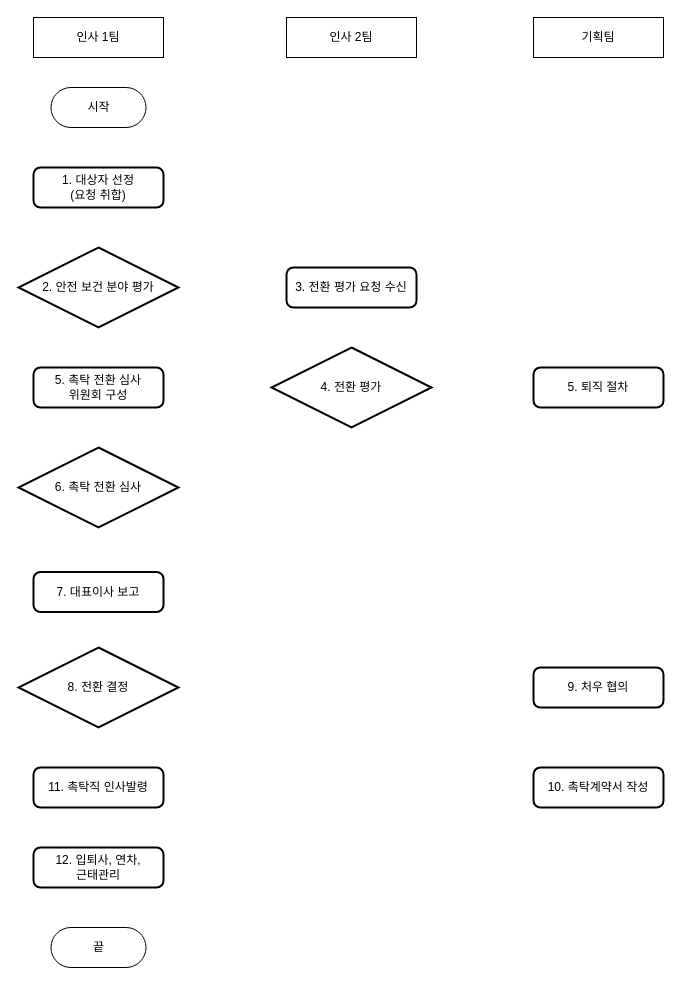
Earlier version of the draw.io diagram 순서도.drawio (everybae/flowchart). Source tidied: cells renumbered, new cells numbered last; positions are measured from the earlier drawing's top-left corner, leaving out a move shared by most shapes. Both pictures are drawn from the tidied source at 100%, with x=0, y=0 at pixel (18, 17).
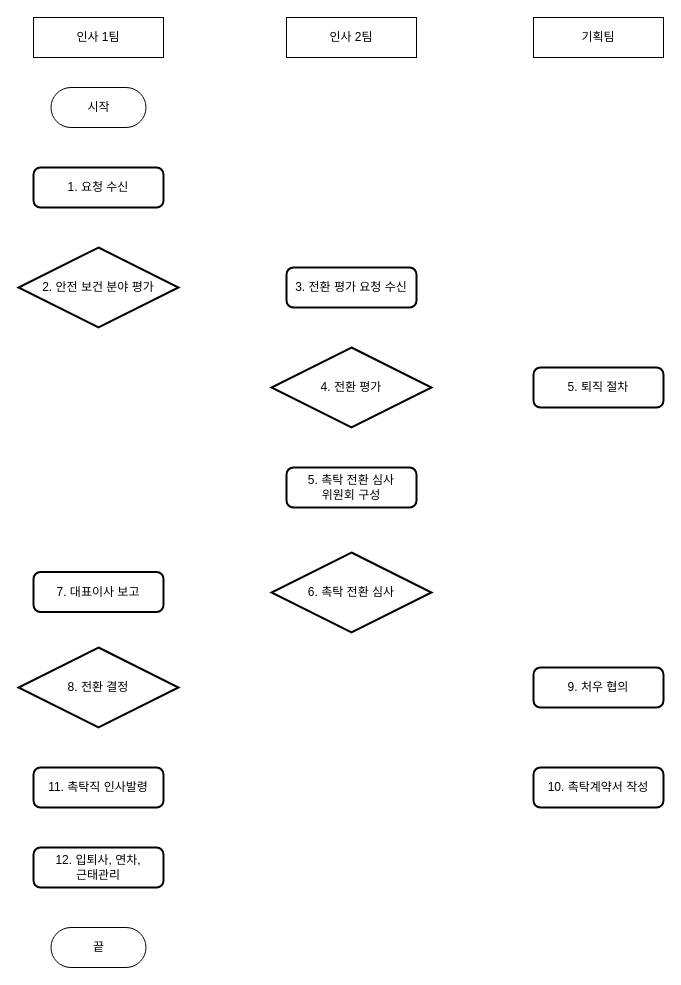
The same diagram, later.

Commit message:
순서도.drawio 업데이트

What changed in the source:
```diff
@@
 <mxGraphModel>
   <root>
     <mxCell id="0" />
     <mxCell id="1" parent="0" />
     <mxCell id="2" value="인사 1팀" style="rounded=0;whiteSpace=wrap;html=1;" parent="1" vertex="1">
       <mxGeometry x="15" width="130" height="40" as="geometry" />
     </mxCell>
     <mxCell id="3" value="인사 2팀" style="rounded=0;whiteSpace=wrap;html=1;" parent="1" vertex="1">
       <mxGeometry x="268" width="130" height="40" as="geometry" />
     </mxCell>
     <mxCell id="4" value="기획팀" style="rounded=0;whiteSpace=wrap;html=1;" parent="1" vertex="1">
       <mxGeometry x="515" width="130" height="40" as="geometry" />
     </mxCell>
     <mxCell id="5" value="시작" style="html=1;dashed=0;whitespace=wrap;shape=mxgraph.dfd.start;" parent="1" vertex="1">
       <mxGeometry x="32.5" y="70" width="95" height="40" as="geometry" />
     </mxCell>
-    <mxCell id="6" value="1. 대상자 선정&lt;br&gt;(요청 취합)" style="rounded=1;whiteSpace=wrap;html=1;absoluteArcSize=1;arcSize=14;strokeWidth=2;" parent="1" vertex="1">
+    <mxCell id="6" value="1. 요청 수신" style="rounded=1;whiteSpace=wrap;html=1;absoluteArcSize=1;arcSize=14;strokeWidth=2;" parent="1" vertex="1">
       <mxGeometry x="15" y="150" width="130" height="40" as="geometry" />
     </mxCell>
     <mxCell id="7" value="2. 안전 보건 분야 평가" style="strokeWidth=2;html=1;shape=mxgraph.flowchart.decision;whiteSpace=wrap;" parent="1" vertex="1">
       <mxGeometry y="230" width="160" height="80" as="geometry" />
     </mxCell>
     <mxCell id="8" value="5. 촉탁 전환 심사&lt;br&gt;위원회 구성" style="rounded=1;whiteSpace=wrap;html=1;absoluteArcSize=1;arcSize=14;strokeWidth=2;" parent="1" vertex="1">
-      <mxGeometry x="15" y="350" width="130" height="40" as="geometry" />
+      <mxGeometry x="268" y="450" width="130" height="40" as="geometry" />
     </mxCell>
     <mxCell id="9" value="6. 촉탁 전환 심사" style="strokeWidth=2;html=1;shape=mxgraph.flowchart.decision;whiteSpace=wrap;" parent="1" vertex="1">
-      <mxGeometry y="430" width="160" height="80" as="geometry" />
+      <mxGeometry x="253" y="535" width="160" height="80" as="geometry" />
     </mxCell>
     <mxCell id="10" value="7. 대표이사 보고" style="rounded=1;whiteSpace=wrap;html=1;absoluteArcSize=1;arcSize=14;strokeWidth=2;" parent="1" vertex="1">
       <mxGeometry x="15" y="554.5" width="130" height="40" as="geometry" />
     </mxCell>
     <mxCell id="11" value="8. 전환 결정" style="strokeWidth=2;html=1;shape=mxgraph.flowchart.decision;whiteSpace=wrap;" parent="1" vertex="1">
       <mxGeometry y="630" width="160" height="80" as="geometry" />
     </mxCell>
     <mxCell id="12" value="11. 촉탁직 인사발령" style="rounded=1;whiteSpace=wrap;html=1;absoluteArcSize=1;arcSize=14;strokeWidth=2;" parent="1" vertex="1">
       <mxGeometry x="15" y="750" width="130" height="40" as="geometry" />
     </mxCell>
     <mxCell id="13" value="12. 입퇴사, 연차,&lt;br&gt;근태관리" style="rounded=1;whiteSpace=wrap;html=1;absoluteArcSize=1;arcSize=14;strokeWidth=2;" parent="1" vertex="1">
       <mxGeometry x="15" y="830" width="130" height="40" as="geometry" />
     </mxCell>
     <mxCell id="14" value="끝" style="html=1;dashed=0;whitespace=wrap;shape=mxgraph.dfd.start;" parent="1" vertex="1">
       <mxGeometry x="32.5" y="910" width="95" height="40" as="geometry" />
     </mxCell>
     <mxCell id="15" value="3. 전환 평가 요청 수신" style="rounded=1;whiteSpace=wrap;html=1;absoluteArcSize=1;arcSize=14;strokeWidth=2;" parent="1" vertex="1">
       <mxGeometry x="268" y="250" width="130" height="40" as="geometry" />
     </mxCell>
     <mxCell id="16" value="4. 전환 평가" style="strokeWidth=2;html=1;shape=mxgraph.flowchart.decision;whiteSpace=wrap;" parent="1" vertex="1">
       <mxGeometry x="253" y="330" width="160" height="80" as="geometry" />
     </mxCell>
     <mxCell id="17" value="5. 퇴직 절차" style="rounded=1;whiteSpace=wrap;html=1;absoluteArcSize=1;arcSize=14;strokeWidth=2;" parent="1" vertex="1">
       <mxGeometry x="515" y="350" width="130" height="40" as="geometry" />
     </mxCell>
     <mxCell id="18" value="9. 처우 협의" style="rounded=1;whiteSpace=wrap;html=1;absoluteArcSize=1;arcSize=14;strokeWidth=2;" parent="1" vertex="1">
       <mxGeometry x="515" y="650" width="130" height="40" as="geometry" />
     </mxCell>
     <mxCell id="19" value="10. 촉탁계약서 작성" style="rounded=1;whiteSpace=wrap;html=1;absoluteArcSize=1;arcSize=14;strokeWidth=2;" parent="1" vertex="1">
       <mxGeometry x="515" y="750" width="130" height="40" as="geometry" />
     </mxCell>
   </root>
 </mxGraphModel>
```
